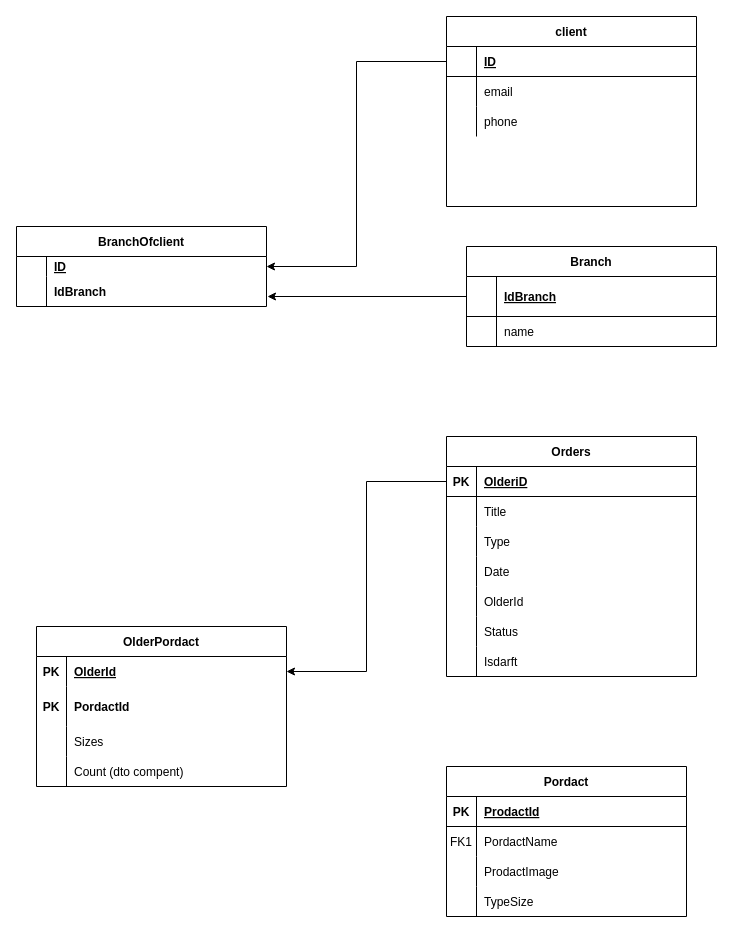
Before: page "Page-1" (1 of 2) of assent/micro-servies.drawio in JustGigii/OlderSystem, a draw.io diagram. Source tidied: cells renumbered, new cells numbered last; positions are measured from the earlier drawing's top-left corner, leaving out a move shared by most shapes. Both pictures are drawn from the tidied source at 100%, with x=0, y=0 at pixel (16, 16).
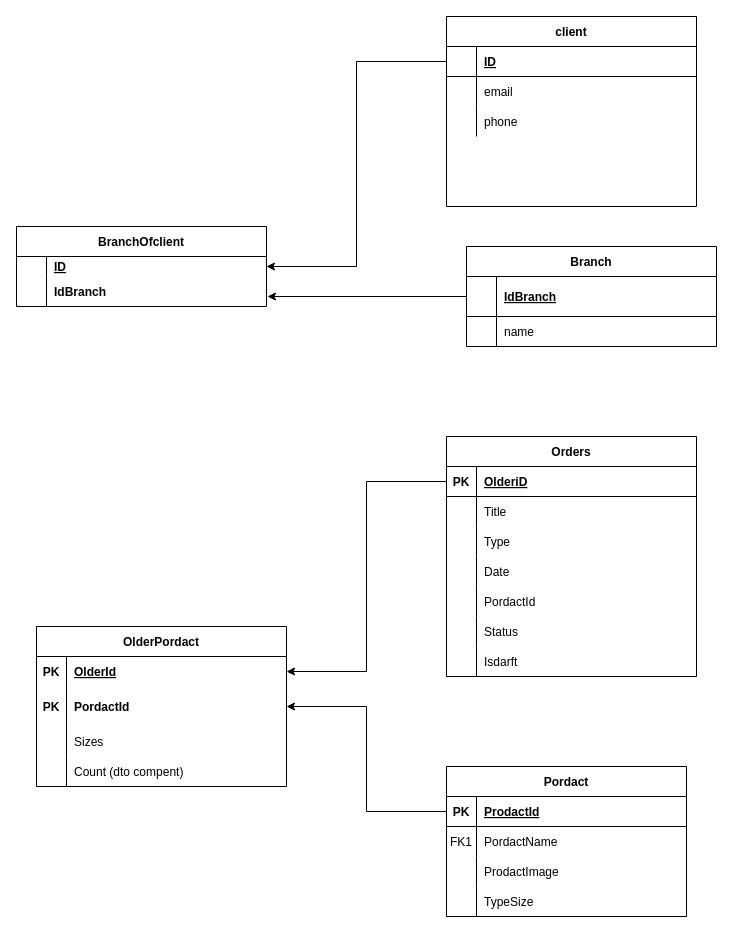
Above is the later version.

Unchanged cells that the change refers to:
```xml
<mxCell id="3" style="shape=partialRectangle;fillColor=none;points=[[0,0.5],[1,0.5]];portConstraint=eastwest;top=0;left=0;right=0;bottom=1;" parent="2" vertex="1">
  <mxGeometry y="30" width="240" height="30" as="geometry" />
</mxCell>
<mxCell id="38" style="shape=partialRectangle;fillColor=none;top=0;left=0;right=0;bottom=0;" parent="25" vertex="1">
  <mxGeometry y="150" width="250" height="30" as="geometry" />
</mxCell>
<mxCell id="47" value="OlderPordact" style="shape=table;startSize=30;childLayout=tableLayout;rowLines=0;fontStyle=1;align=center;" parent="1" vertex="1">
  <mxGeometry x="20" y="610" width="250" height="160" as="geometry" />
</mxCell>
```

Change to the diagram source:
```diff
@@
-    <mxCell id="40" value="OlderId" style="shape=partialRectangle;overflow=hidden;fillColor=none;top=0;left=0;bottom=0;right=0;align=left;spacingLeft=6;" parent="38" vertex="1">
+    <mxCell id="40" value="PordactId" style="shape=partialRectangle;overflow=hidden;fillColor=none;top=0;left=0;bottom=0;right=0;align=left;spacingLeft=6;" parent="38" vertex="1">
       <mxGeometry x="30" width="220" height="30" as="geometry" />
     </mxCell>
@@
+    <mxCell id="77" style="edgeStyle=orthogonalEdgeStyle;rounded=0;jettySize=auto;html=1;exitX=0;exitY=0.5;exitDx=0;exitDy=0;entryX=1;entryY=0.5;entryDx=0;entryDy=0;" parent="1" edge="1" source="3" target="47">
+      <mxGeometry relative="1" as="geometry" />
+    </mxCell>
```
